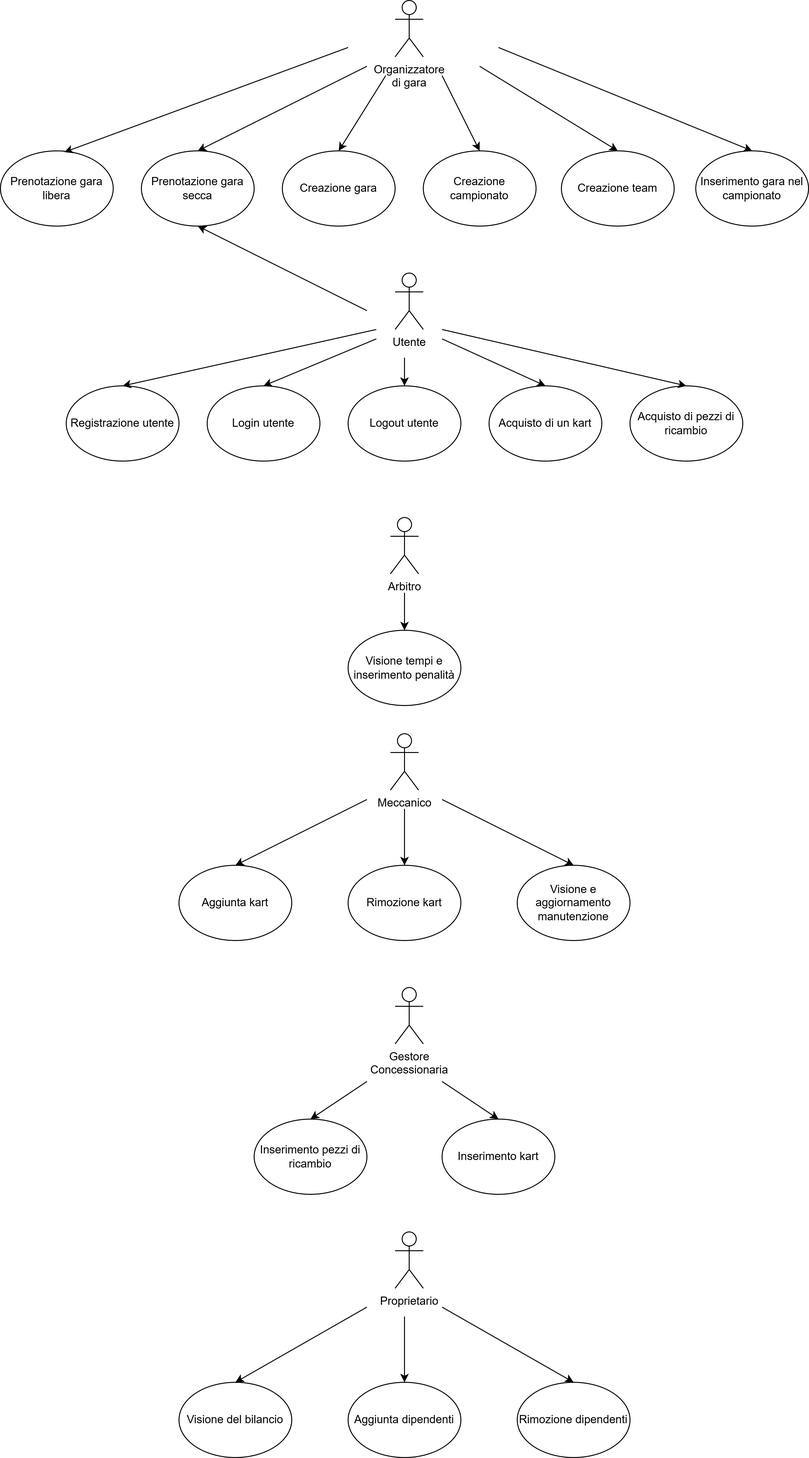
Above: Documenti/Diagramma casi d'uso.png in IngSW-unipv/Progetto-I25 (draw.io), before the change. Source tidied: cells renumbered, new cells last; positions are measured from the earlier drawing's top-left corner, leaving out a move shared by most shapes. Its diagram source:
```xml
<mxGraphModel>
  <root>
    <mxCell id="0" />
    <mxCell id="1" parent="0" />
    <mxCell id="2" value="Proprietario" style="shape=umlActor;verticalLabelPosition=bottom;verticalAlign=top;html=1;" parent="1" vertex="1">
      <mxGeometry x="420" y="1310" width="30" height="60" as="geometry" />
    </mxCell>
    <mxCell id="3" value="Meccanico" style="shape=umlActor;verticalLabelPosition=bottom;verticalAlign=top;html=1;" parent="1" vertex="1">
      <mxGeometry x="415" y="780" width="30" height="60" as="geometry" />
    </mxCell>
    <mxCell id="4" value="Arbitro" style="shape=umlActor;verticalLabelPosition=bottom;verticalAlign=top;html=1;" parent="1" vertex="1">
      <mxGeometry x="415" y="550" width="30" height="60" as="geometry" />
    </mxCell>
    <mxCell id="5" value="Prenotazione gara secca" style="ellipse;whiteSpace=wrap;html=1;" parent="1" vertex="1">
      <mxGeometry x="150" y="160" width="120" height="80" as="geometry" />
    </mxCell>
    <mxCell id="6" value="Prenotazione gara libera" style="ellipse;whiteSpace=wrap;html=1;" parent="1" vertex="1">
      <mxGeometry y="160" width="120" height="80" as="geometry" />
    </mxCell>
    <mxCell id="7" value="Creazione gara" style="ellipse;whiteSpace=wrap;html=1;" parent="1" vertex="1">
      <mxGeometry x="300" y="160" width="120" height="80" as="geometry" />
    </mxCell>
    <mxCell id="8" value="Creazione campionato" style="ellipse;whiteSpace=wrap;html=1;" parent="1" vertex="1">
      <mxGeometry x="450" y="160" width="120" height="80" as="geometry" />
    </mxCell>
    <mxCell id="9" value="Creazione team" style="ellipse;whiteSpace=wrap;html=1;" parent="1" vertex="1">
      <mxGeometry x="597" y="160" width="120" height="80" as="geometry" />
    </mxCell>
    <mxCell id="10" value="Inserimento gara nel campionato" style="ellipse;whiteSpace=wrap;html=1;" parent="1" vertex="1">
      <mxGeometry x="740" y="160" width="120" height="80" as="geometry" />
    </mxCell>
    <mxCell id="11" value="Organizzatore&lt;br&gt;di gara" style="shape=umlActor;verticalLabelPosition=bottom;verticalAlign=top;html=1;" parent="1" vertex="1">
      <mxGeometry x="420" width="30" height="60" as="geometry" />
    </mxCell>
    <mxCell id="12" value="Gestore&lt;br&gt;Concessionaria" style="shape=umlActor;verticalLabelPosition=bottom;verticalAlign=top;html=1;" parent="1" vertex="1">
      <mxGeometry x="420" y="1050" width="30" height="60" as="geometry" />
    </mxCell>
    <mxCell id="13" value="Utente" style="shape=umlActor;verticalLabelPosition=bottom;verticalAlign=top;html=1;" parent="1" vertex="1">
      <mxGeometry x="420" y="290" width="30" height="60" as="geometry" />
    </mxCell>
    <mxCell id="14" value="Visione tempi e inserimento penalità" style="ellipse;whiteSpace=wrap;html=1;" parent="1" vertex="1">
      <mxGeometry x="370" y="670" width="120" height="80" as="geometry" />
    </mxCell>
    <mxCell id="15" value="Aggiunta kart" style="ellipse;whiteSpace=wrap;html=1;" parent="1" vertex="1">
      <mxGeometry x="190" y="920" width="120" height="80" as="geometry" />
    </mxCell>
    <mxCell id="16" value="Rimozione kart" style="ellipse;whiteSpace=wrap;html=1;" parent="1" vertex="1">
      <mxGeometry x="370" y="920" width="120" height="80" as="geometry" />
    </mxCell>
    <mxCell id="17" value="Visione e aggiornamento manutenzione" style="ellipse;whiteSpace=wrap;html=1;" parent="1" vertex="1">
      <mxGeometry x="550" y="920" width="120" height="80" as="geometry" />
    </mxCell>
    <mxCell id="18" value="Registrazione utente" style="ellipse;whiteSpace=wrap;html=1;" parent="1" vertex="1">
      <mxGeometry x="70" y="410" width="120" height="80" as="geometry" />
    </mxCell>
    <mxCell id="19" value="Login utente" style="ellipse;whiteSpace=wrap;html=1;" parent="1" vertex="1">
      <mxGeometry x="220" y="410" width="120" height="80" as="geometry" />
    </mxCell>
    <mxCell id="20" value="Logout&lt;span style=&quot;background-color: transparent; color: light-dark(rgb(0, 0, 0), rgb(255, 255, 255));&quot;&gt;&amp;nbsp;utente&lt;/span&gt;" style="ellipse;whiteSpace=wrap;html=1;" parent="1" vertex="1">
      <mxGeometry x="370" y="410" width="120" height="80" as="geometry" />
    </mxCell>
    <mxCell id="21" value="Acquisto di un kart" style="ellipse;whiteSpace=wrap;html=1;" parent="1" vertex="1">
      <mxGeometry x="520" y="410" width="120" height="80" as="geometry" />
    </mxCell>
    <mxCell id="22" value="Acquisto di pezzi di ricambio" style="ellipse;whiteSpace=wrap;html=1;" parent="1" vertex="1">
      <mxGeometry x="670" y="410" width="120" height="80" as="geometry" />
    </mxCell>
    <mxCell id="23" value="Visione del bilancio" style="ellipse;whiteSpace=wrap;html=1;" parent="1" vertex="1">
      <mxGeometry x="190" y="1470" width="120" height="80" as="geometry" />
    </mxCell>
    <mxCell id="24" value="Aggiunta dipendenti" style="ellipse;whiteSpace=wrap;html=1;" parent="1" vertex="1">
      <mxGeometry x="370" y="1470" width="120" height="80" as="geometry" />
    </mxCell>
    <mxCell id="25" value="Rimozione dipendenti" style="ellipse;whiteSpace=wrap;html=1;" parent="1" vertex="1">
      <mxGeometry x="550" y="1470" width="120" height="80" as="geometry" />
    </mxCell>
    <mxCell id="26" value="Inserimento kart" style="ellipse;whiteSpace=wrap;html=1;" parent="1" vertex="1">
      <mxGeometry x="470" y="1190" width="120" height="80" as="geometry" />
    </mxCell>
    <mxCell id="27" value="Inserimento pezzi di ricambio" style="ellipse;whiteSpace=wrap;html=1;" parent="1" vertex="1">
      <mxGeometry x="270" y="1190" width="120" height="80" as="geometry" />
    </mxCell>
    <mxCell id="28" style="endArrow=classic;html=1;rounded=0;entryX=0.5;entryY=0;entryDx=0;entryDy=0;" parent="1" edge="1" target="7">
      <mxGeometry relative="1" as="geometry">
        <mxPoint x="410" y="80" as="sourcePoint" />
      </mxGeometry>
    </mxCell>
    <mxCell id="29" style="endArrow=classic;html=1;rounded=0;entryX=0.5;entryY=0;entryDx=0;entryDy=0;" parent="1" edge="1" target="9">
      <mxGeometry relative="1" as="geometry">
        <mxPoint x="510" y="70" as="sourcePoint" />
      </mxGeometry>
    </mxCell>
    <mxCell id="30" style="endArrow=classic;html=1;rounded=0;entryX=0.5;entryY=0;entryDx=0;entryDy=0;" parent="1" edge="1" target="10">
      <mxGeometry relative="1" as="geometry">
        <mxPoint x="530" y="50" as="sourcePoint" />
      </mxGeometry>
    </mxCell>
    <mxCell id="31" style="endArrow=classic;html=1;rounded=0;entryX=0.567;entryY=0.017;entryDx=0;entryDy=0;entryPerimeter=0;" parent="1" edge="1" target="6">
      <mxGeometry relative="1" as="geometry">
        <mxPoint x="370" y="50" as="sourcePoint" />
      </mxGeometry>
    </mxCell>
    <mxCell id="32" style="endArrow=classic;html=1;rounded=0;entryX=0.5;entryY=0;entryDx=0;entryDy=0;" parent="1" edge="1" target="5">
      <mxGeometry relative="1" as="geometry">
        <mxPoint x="390" y="70" as="sourcePoint" />
      </mxGeometry>
    </mxCell>
    <mxCell id="33" style="endArrow=classic;html=1;rounded=0;entryX=0.5;entryY=0;entryDx=0;entryDy=0;" parent="1" edge="1" target="8">
      <mxGeometry relative="1" as="geometry">
        <mxPoint x="470" y="80" as="sourcePoint" />
      </mxGeometry>
    </mxCell>
    <mxCell id="34" style="endArrow=classic;html=1;rounded=0;entryX=0.5;entryY=0;entryDx=0;entryDy=0;" parent="1" edge="1" target="18">
      <mxGeometry relative="1" as="geometry">
        <mxPoint x="400" y="350" as="sourcePoint" />
      </mxGeometry>
    </mxCell>
    <mxCell id="35" style="endArrow=classic;html=1;rounded=0;entryX=0.5;entryY=0;entryDx=0;entryDy=0;" parent="1" edge="1" target="19">
      <mxGeometry relative="1" as="geometry">
        <mxPoint x="400" y="360" as="sourcePoint" />
      </mxGeometry>
    </mxCell>
    <mxCell id="36" style="endArrow=classic;html=1;rounded=0;entryX=0.5;entryY=1;entryDx=0;entryDy=0;" parent="1" edge="1" target="5">
      <mxGeometry relative="1" as="geometry">
        <mxPoint x="390" y="330" as="sourcePoint" />
      </mxGeometry>
    </mxCell>
    <mxCell id="37" style="endArrow=classic;html=1;rounded=0;entryX=0.5;entryY=0;entryDx=0;entryDy=0;" parent="1" edge="1" target="20">
      <mxGeometry relative="1" as="geometry">
        <mxPoint x="430" y="380" as="sourcePoint" />
      </mxGeometry>
    </mxCell>
    <mxCell id="38" style="endArrow=classic;html=1;rounded=0;entryX=0.5;entryY=0;entryDx=0;entryDy=0;" parent="1" edge="1" target="21">
      <mxGeometry relative="1" as="geometry">
        <mxPoint x="470" y="360" as="sourcePoint" />
      </mxGeometry>
    </mxCell>
    <mxCell id="39" style="endArrow=classic;html=1;rounded=0;entryX=0.5;entryY=0;entryDx=0;entryDy=0;" parent="1" edge="1" target="22">
      <mxGeometry relative="1" as="geometry">
        <mxPoint x="470" y="350" as="sourcePoint" />
      </mxGeometry>
    </mxCell>
    <mxCell id="40" style="endArrow=classic;html=1;rounded=0;entryX=0.5;entryY=0;entryDx=0;entryDy=0;" parent="1" edge="1" target="14">
      <mxGeometry relative="1" as="geometry">
        <mxPoint x="430" y="630" as="sourcePoint" />
      </mxGeometry>
    </mxCell>
    <mxCell id="41" style="endArrow=classic;html=1;rounded=0;entryX=0.5;entryY=0;entryDx=0;entryDy=0;" parent="1" edge="1" target="15">
      <mxGeometry relative="1" as="geometry">
        <mxPoint x="390" y="850" as="sourcePoint" />
      </mxGeometry>
    </mxCell>
    <mxCell id="42" style="endArrow=classic;html=1;rounded=0;entryX=0.5;entryY=0;entryDx=0;entryDy=0;" parent="1" edge="1" target="17">
      <mxGeometry relative="1" as="geometry">
        <mxPoint x="470" y="850" as="sourcePoint" />
      </mxGeometry>
    </mxCell>
    <mxCell id="43" style="endArrow=classic;html=1;rounded=0;entryX=0.5;entryY=0;entryDx=0;entryDy=0;" parent="1" edge="1" target="16">
      <mxGeometry relative="1" as="geometry">
        <mxPoint x="430" y="860" as="sourcePoint" />
      </mxGeometry>
    </mxCell>
    <mxCell id="44" style="endArrow=classic;html=1;rounded=0;entryX=0.5;entryY=0;entryDx=0;entryDy=0;" parent="1" edge="1" target="27">
      <mxGeometry relative="1" as="geometry">
        <mxPoint x="390" y="1150" as="sourcePoint" />
      </mxGeometry>
    </mxCell>
    <mxCell id="45" style="endArrow=classic;html=1;rounded=0;entryX=0.5;entryY=0;entryDx=0;entryDy=0;" parent="1" edge="1" target="26">
      <mxGeometry relative="1" as="geometry">
        <mxPoint x="470" y="1150" as="sourcePoint" />
      </mxGeometry>
    </mxCell>
    <mxCell id="46" style="endArrow=classic;html=1;rounded=0;entryX=0.5;entryY=0;entryDx=0;entryDy=0;" parent="1" edge="1" target="23">
      <mxGeometry relative="1" as="geometry">
        <mxPoint x="390" y="1390" as="sourcePoint" />
      </mxGeometry>
    </mxCell>
    <mxCell id="47" style="endArrow=classic;html=1;rounded=0;entryX=0.5;entryY=0;entryDx=0;entryDy=0;" parent="1" edge="1" target="24">
      <mxGeometry relative="1" as="geometry">
        <mxPoint x="430" y="1400" as="sourcePoint" />
      </mxGeometry>
    </mxCell>
    <mxCell id="48" style="endArrow=classic;html=1;rounded=0;entryX=0.5;entryY=0;entryDx=0;entryDy=0;" parent="1" edge="1" target="25">
      <mxGeometry relative="1" as="geometry">
        <mxPoint x="470" y="1390" as="sourcePoint" />
      </mxGeometry>
    </mxCell>
  </root>
</mxGraphModel>
```
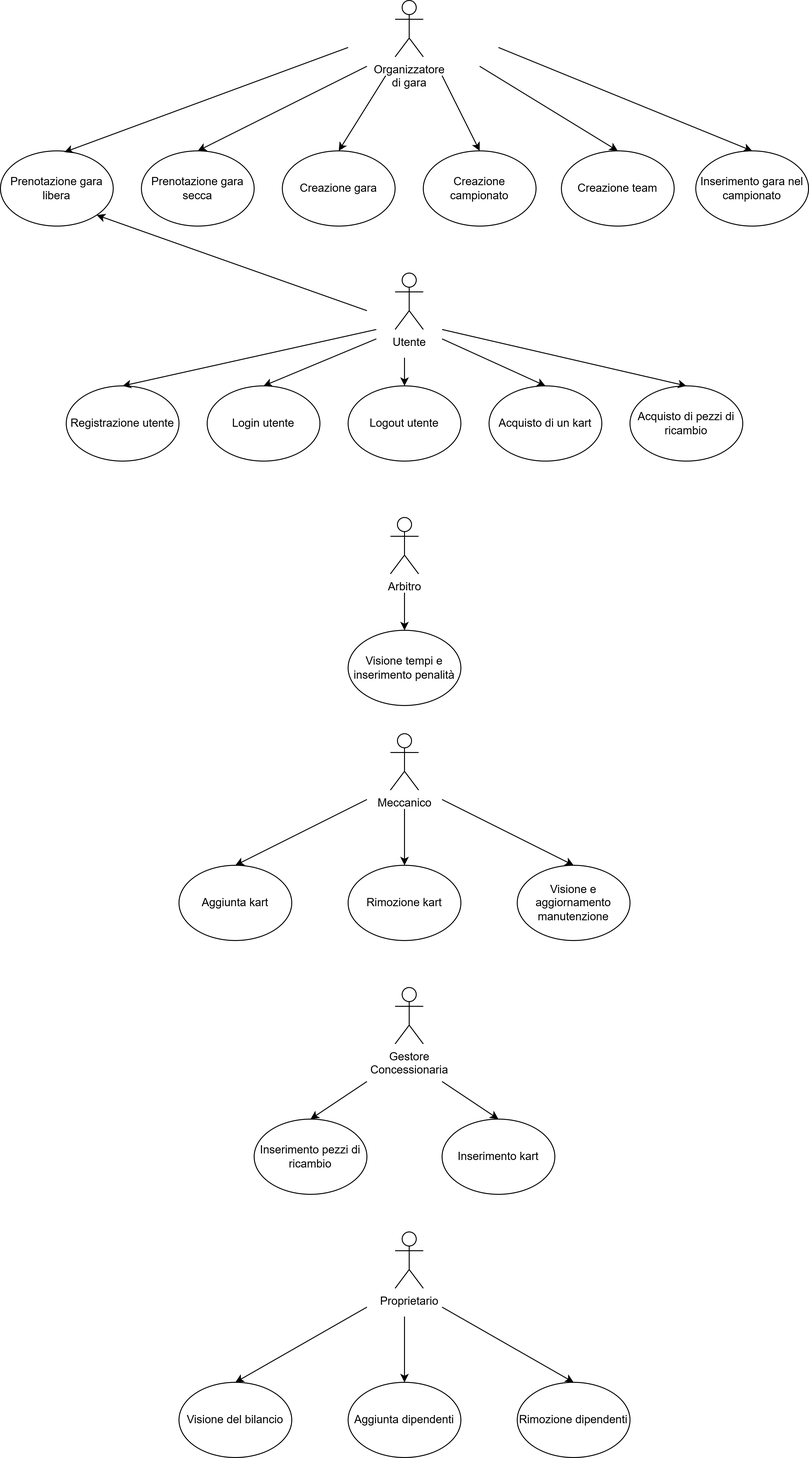
After the change.

Change to the diagram source:
```diff
@@ -120,7 +120,7 @@
         <mxPoint x="400" y="360" as="sourcePoint" />
       </mxGeometry>
     </mxCell>
-    <mxCell id="36" style="endArrow=classic;html=1;rounded=0;entryX=0.5;entryY=1;entryDx=0;entryDy=0;" parent="1" edge="1" target="5">
+    <mxCell id="36" style="endArrow=classic;html=1;rounded=0;entryX=1;entryY=1;entryDx=0;entryDy=0;" parent="1" edge="1" target="6">
       <mxGeometry relative="1" as="geometry">
         <mxPoint x="390" y="330" as="sourcePoint" />
       </mxGeometry>
```
